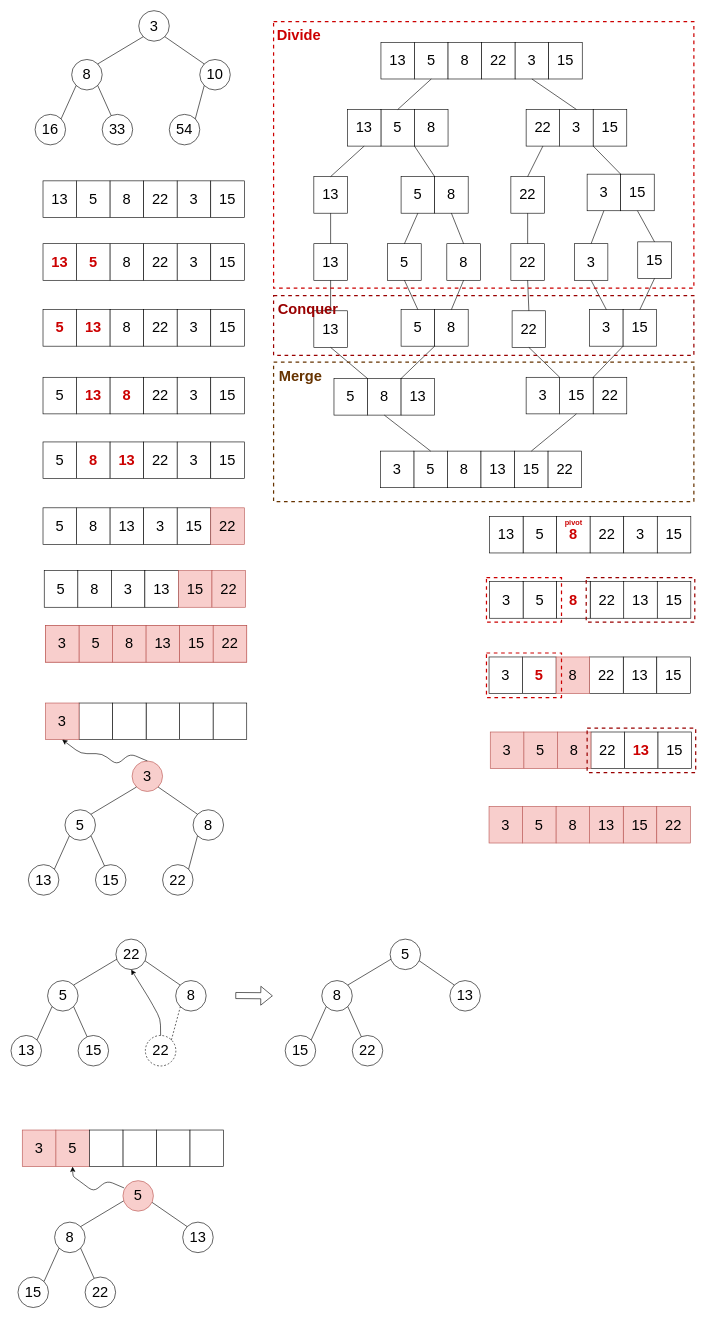
Above: img/sort.drawio in DaEunFullGrace/Algorithm (draw.io), before the change. Source tidied: cells renumbered, new cells numbered last; positions are measured from the earlier drawing's top-left corner, leaving out a move shared by most shapes. Both pictures are drawn from the tidied source at 61%, with x=0, y=0 at pixel (10, 10).
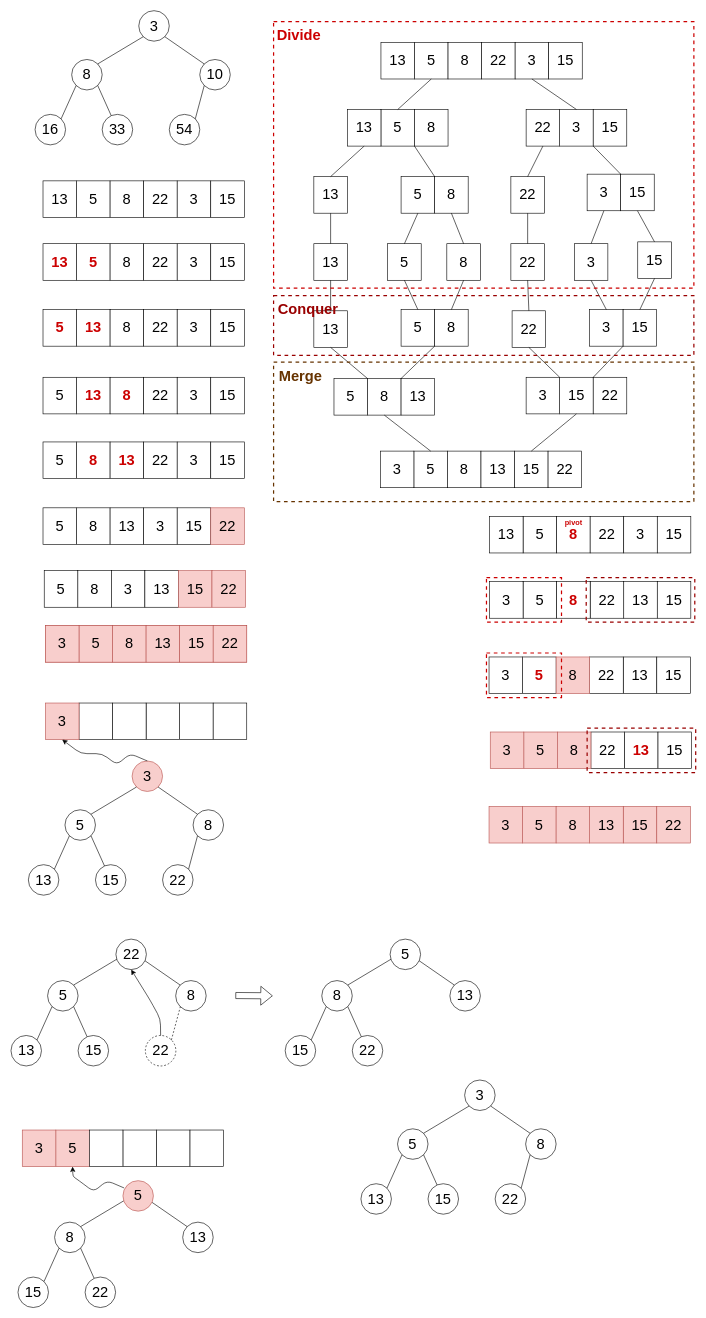
After the change.

Commit message (it also covers changes not shown here):
update_heap_img

Change to the diagram source:
```diff
@@
+    <mxCell id="235" value="&lt;font style=&quot;font-size: 24px&quot;&gt;3&lt;/font&gt;" style="ellipse;whiteSpace=wrap;html=1;fontSize=24;" parent="1" vertex="1">
+      <mxGeometry x="744.2" y="1753" width="50" height="50" as="geometry" />
+    </mxCell>
+    <mxCell id="236" value="5" style="ellipse;whiteSpace=wrap;html=1;fontSize=24;" parent="1" vertex="1">
+      <mxGeometry x="634.2" y="1833" width="50" height="50" as="geometry" />
+    </mxCell>
+    <mxCell id="237" value="8" style="ellipse;whiteSpace=wrap;html=1;fontSize=24;" parent="1" vertex="1">
+      <mxGeometry x="844.2" y="1833" width="50" height="50" as="geometry" />
+    </mxCell>
+    <mxCell id="238" value="13" style="ellipse;whiteSpace=wrap;html=1;fontSize=24;" parent="1" vertex="1">
+      <mxGeometry x="574.2" y="1923" width="50" height="50" as="geometry" />
+    </mxCell>
+    <mxCell id="239" value="15" style="ellipse;whiteSpace=wrap;html=1;fontSize=24;" parent="1" vertex="1">
+      <mxGeometry x="684.2" y="1923" width="50" height="50" as="geometry" />
+    </mxCell>
+    <mxCell id="240" value="22" style="ellipse;whiteSpace=wrap;html=1;fontSize=24;" parent="1" vertex="1">
+      <mxGeometry x="794.2" y="1923" width="50" height="50" as="geometry" />
+    </mxCell>
+    <mxCell id="241" style="endArrow=none;html=1;entryX=0;entryY=1;entryDx=0;entryDy=0;exitX=1;exitY=0;exitDx=0;exitDy=0;fontSize=24;" parent="1" edge="1" source="236" target="235">
+      <mxGeometry relative="1" as="geometry" />
+    </mxCell>
+    <mxCell id="242" style="endArrow=none;html=1;entryX=1;entryY=1;entryDx=0;entryDy=0;exitX=0;exitY=0;exitDx=0;exitDy=0;fontSize=24;" parent="1" edge="1" source="237" target="235">
+      <mxGeometry relative="1" as="geometry" />
+    </mxCell>
+    <mxCell id="243" style="endArrow=none;html=1;entryX=0;entryY=1;entryDx=0;entryDy=0;exitX=1;exitY=0;exitDx=0;exitDy=0;fontSize=24;" parent="1" edge="1" source="238" target="236">
+      <mxGeometry relative="1" as="geometry" />
+    </mxCell>
+    <mxCell id="244" style="endArrow=none;html=1;entryX=1;entryY=1;entryDx=0;entryDy=0;fontSize=24;" parent="1" edge="1" source="239" target="236">
+      <mxGeometry relative="1" as="geometry" />
+    </mxCell>
+    <mxCell id="245" style="endArrow=none;html=1;entryX=0;entryY=1;entryDx=0;entryDy=0;exitX=1;exitY=0;exitDx=0;exitDy=0;fontSize=24;" parent="1" edge="1" source="240" target="237">
+      <mxGeometry relative="1" as="geometry" />
+    </mxCell>
```
